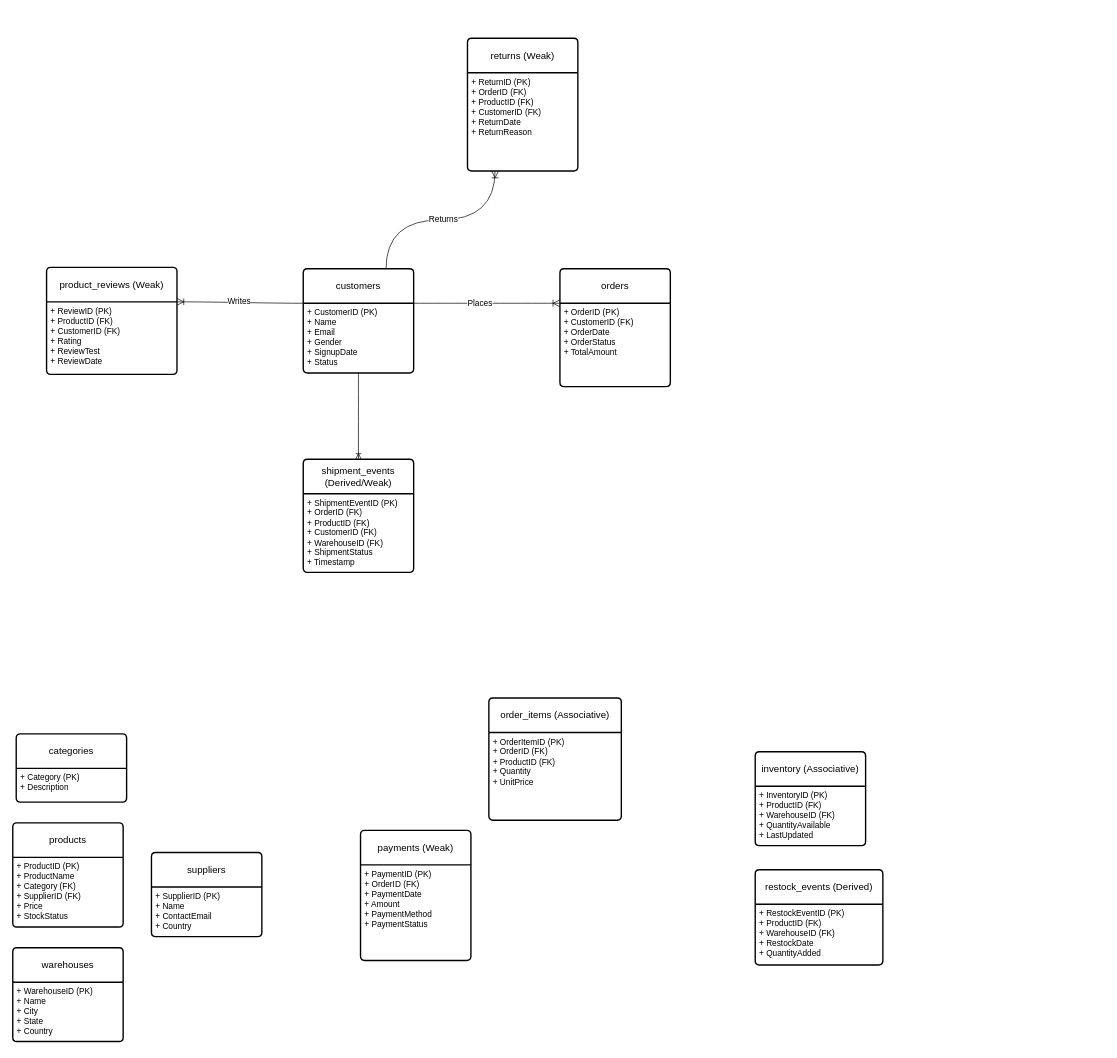
Above: page "ERD Stage 3" (4 of 4) of Architecture.drawio in ADataSmith/BigDataEngineeringProject (draw.io), before the change. Source tidied: cells renumbered, new cells numbered last; positions are measured from the earlier drawing's top-left corner, leaving out a move shared by most shapes. Both pictures are drawn from the tidied source at 69%, with x=0, y=0 at pixel (12, 38).
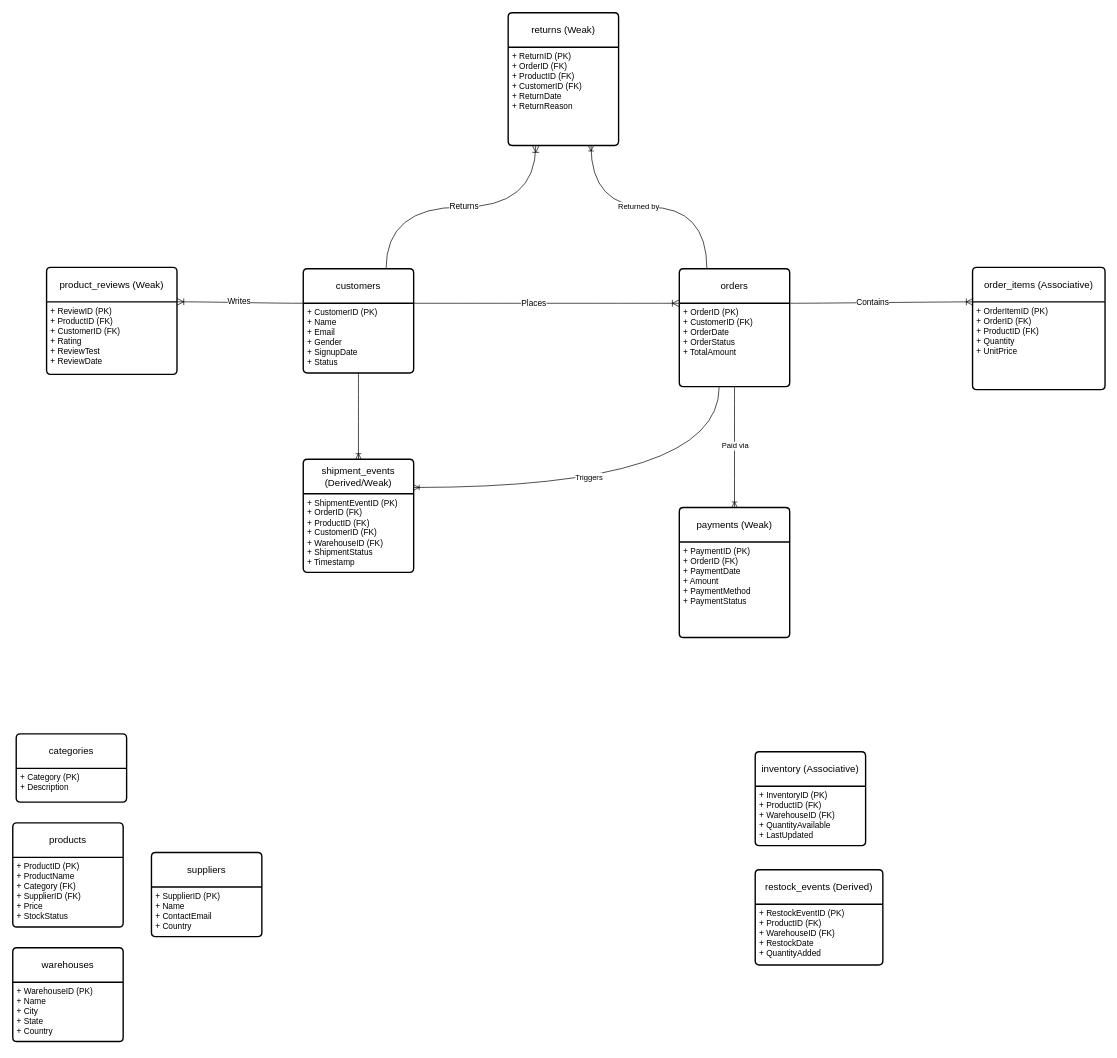
The same page after the edit.

The change refers to these unchanged cells:
```xml
<mxCell id="23" value="orders" style="swimlane;horizontal=1;startSize=50;rounded=1;fontSize=14;fontStyle=0;strokeWidth=2;shadow=0;dashed=0;align=center;arcSize=4;whiteSpace=wrap;html=1;" parent="22" vertex="1">
  <mxGeometry width="160" height="170.9" as="geometry" />
</mxCell>
<mxCell id="24" value="+ OrderID (PK)&lt;br&gt;+ CustomerID (FK)&lt;br&gt;+ OrderDate&lt;div&gt;+ OrderStatus&lt;/div&gt;&lt;div&gt;+ TotalAmount&lt;/div&gt;" style="align=left;strokeColor=none;fillColor=none;spacingLeft=4;spacingRight=4;fontSize=12;verticalAlign=top;html=1;whiteSpace=wrap;" parent="22" vertex="1">
  <mxGeometry y="50" width="160" height="120.9" as="geometry" />
</mxCell>
<mxCell id="29" value="+ ReturnID (PK)&lt;br&gt;+ OrderID (FK)&lt;br&gt;+ ProductID (FK)&lt;div&gt;+ CustomerID (FK)&lt;/div&gt;&lt;div&gt;+ ReturnDate&lt;/div&gt;&lt;div&gt;+ ReturnReason&lt;/div&gt;" style="align=left;strokeColor=none;fillColor=none;spacingLeft=4;spacingRight=4;fontSize=12;verticalAlign=top;html=1;whiteSpace=wrap;" parent="27" vertex="1">
  <mxGeometry y="50" width="160" height="142.3" as="geometry" />
</mxCell>
<mxCell id="38" value="shipment_events (Derived/Weak)" style="swimlane;horizontal=1;startSize=50;rounded=1;fontSize=14;fontStyle=0;strokeWidth=2;shadow=0;dashed=0;align=center;arcSize=4;whiteSpace=wrap;html=1;" parent="37" vertex="1">
  <mxGeometry width="160" height="164" as="geometry" />
</mxCell>
```

Diff of the diagram source:
```diff
@@
-    <mxCell id="18" value="order_items (Associative)" style="swimlane;horizontal=1;startSize=50;rounded=1;fontSize=14;fontStyle=0;strokeWidth=2;shadow=0;dashed=0;align=center;arcSize=4;whiteSpace=wrap;html=1;" parent="1" vertex="1">
-      <mxGeometry x="690" y="956" width="192" height="177.2" as="geometry" />
-    </mxCell>
-    <mxCell id="19" value="payments (Weak)" style="swimlane;horizontal=1;startSize=50;rounded=1;fontSize=14;fontStyle=0;strokeWidth=2;shadow=0;dashed=0;align=center;arcSize=4;whiteSpace=wrap;html=1;" parent="1" vertex="1">
-      <mxGeometry x="504" y="1148" width="160" height="188.5" as="geometry" />
-    </mxCell>
-    <mxCell id="20" value="+ OrderItemID (PK)&lt;br&gt;+ OrderID (FK)&lt;br&gt;+ ProductID (FK)&lt;div&gt;+ Quantity&lt;/div&gt;&lt;div&gt;+ UnitPrice&lt;/div&gt;" style="align=left;strokeColor=none;fillColor=none;spacingLeft=4;spacingRight=4;fontSize=12;verticalAlign=top;html=1;whiteSpace=wrap;" parent="1" vertex="1">
-      <mxGeometry x="690" y="1006" width="192" height="127.2" as="geometry" />
-    </mxCell>
-    <mxCell id="21" value="+ PaymentID (PK)&lt;br&gt;+ OrderID (FK)&lt;br&gt;+ PaymentDate&lt;div&gt;+ Amount&lt;/div&gt;&lt;div&gt;+ PaymentMethod&lt;/div&gt;&lt;div&gt;+ PaymentStatus&lt;/div&gt;" style="align=left;strokeColor=none;fillColor=none;spacingLeft=4;spacingRight=4;fontSize=12;verticalAlign=top;html=1;whiteSpace=wrap;" parent="1" vertex="1">
-      <mxGeometry x="504" y="1198" width="160" height="138.5" as="geometry" />
-    </mxCell>
     <mxCell id="22" style="group;" parent="1" vertex="1">
-      <mxGeometry x="793" y="334" width="160" height="170.9" as="geometry" />
+      <mxGeometry x="966" y="334" width="160" height="170.9" as="geometry" />
     </mxCell>
@@
     <mxCell id="27" style="group;" parent="1" vertex="1">
-      <mxGeometry x="659" width="160" height="192.3" as="geometry" />
+      <mxGeometry x="718" y="-37" width="160" height="192.3" as="geometry" />
     </mxCell>
@@
+    <mxCell id="41" style="group;" parent="1" vertex="1">
+      <mxGeometry x="1391" y="332" width="192" height="177.2" as="geometry" />
+    </mxCell>
+    <mxCell id="18" value="order_items (Associative)" style="swimlane;horizontal=1;startSize=50;rounded=1;fontSize=14;fontStyle=0;strokeWidth=2;shadow=0;dashed=0;align=center;arcSize=4;whiteSpace=wrap;html=1;" parent="41" vertex="1">
+      <mxGeometry width="192" height="177.2" as="geometry" />
+    </mxCell>
+    <mxCell id="20" value="+ OrderItemID (PK)&lt;br&gt;+ OrderID (FK)&lt;br&gt;+ ProductID (FK)&lt;div&gt;+ Quantity&lt;/div&gt;&lt;div&gt;+ UnitPrice&lt;/div&gt;" style="align=left;strokeColor=none;fillColor=none;spacingLeft=4;spacingRight=4;fontSize=12;verticalAlign=top;html=1;whiteSpace=wrap;" parent="41" vertex="1">
+      <mxGeometry y="50" width="192" height="127.2" as="geometry" />
+    </mxCell>
+    <mxCell id="42" style="group;" parent="1" vertex="1">
+      <mxGeometry x="966" y="680" width="160" height="188.5" as="geometry" />
+    </mxCell>
+    <mxCell id="19" value="payments (Weak)" style="swimlane;horizontal=1;startSize=50;rounded=1;fontSize=14;fontStyle=0;strokeWidth=2;shadow=0;dashed=0;align=center;arcSize=4;whiteSpace=wrap;html=1;" parent="42" vertex="1">
+      <mxGeometry width="160" height="188.5" as="geometry" />
+    </mxCell>
+    <mxCell id="21" value="+ PaymentID (PK)&lt;br&gt;+ OrderID (FK)&lt;br&gt;+ PaymentDate&lt;div&gt;+ Amount&lt;/div&gt;&lt;div&gt;+ PaymentMethod&lt;/div&gt;&lt;div&gt;+ PaymentStatus&lt;/div&gt;" style="align=left;strokeColor=none;fillColor=none;spacingLeft=4;spacingRight=4;fontSize=12;verticalAlign=top;html=1;whiteSpace=wrap;" parent="42" vertex="1">
+      <mxGeometry y="50" width="160" height="138.5" as="geometry" />
+    </mxCell>
+    <mxCell id="43" style="edgeStyle=entityRelationEdgeStyle;fontSize=12;html=1;endArrow=ERoneToMany;rounded=0;fontFamily=Helvetica;fontColor=default;startSize=8;endSize=8;curved=1;exitX=1;exitY=0;exitDx=0;exitDy=0;entryX=0;entryY=0;entryDx=0;entryDy=0;" parent="1" edge="1">
+      <mxGeometry relative="1" as="geometry">
+        <mxPoint x="1127" y="384" as="sourcePoint" />
+        <mxPoint x="1392" y="382" as="targetPoint" />
+      </mxGeometry>
+    </mxCell>
+    <mxCell id="44" value="Contains" style="edgeLabel;html=1;align=center;verticalAlign=middle;fontSize=12;strokeColor=default;fontFamily=Helvetica;fontColor=default;fillColor=default;" parent="43" vertex="1">
+      <mxGeometry x="-0.1" y="1" relative="1" as="geometry" />
+    </mxCell>
+    <mxCell id="45" style="edgeStyle=orthogonalEdgeStyle;fontSize=12;html=1;endArrow=ERoneToMany;rounded=0;exitX=0.5;exitY=1;exitDx=0;exitDy=0;curved=1;entryX=0.5;entryY=0;entryDx=0;entryDy=0;" parent="1" edge="1" source="23" target="19">
+      <mxGeometry relative="1" as="geometry" />
+    </mxCell>
+    <mxCell id="46" value="Paid via" style="edgeLabel;html=1;align=center;verticalAlign=middle;" parent="45" vertex="1">
+      <mxGeometry x="-0.02" relative="1" as="geometry" />
+    </mxCell>
+    <mxCell id="47" style="edgeStyle=orthogonalEdgeStyle;fontSize=12;html=1;endArrow=ERoneToMany;rounded=0;exitX=0.25;exitY=0;exitDx=0;exitDy=0;curved=1;entryX=0.75;entryY=1;entryDx=0;entryDy=0;" parent="1" edge="1" source="23" target="29">
+      <mxGeometry relative="1" as="geometry" />
+    </mxCell>
+    <mxCell id="48" value="Returned by" style="edgeLabel;html=1;align=center;verticalAlign=middle;" parent="47" vertex="1">
+      <mxGeometry x="0.09" y="-1" relative="1" as="geometry" />
+    </mxCell>
+    <mxCell id="49" style="edgeStyle=orthogonalEdgeStyle;fontSize=12;html=1;endArrow=ERoneToMany;rounded=0;exitX=0.361;exitY=1.006;exitDx=0;exitDy=0;curved=1;entryX=1;entryY=0.25;entryDx=0;entryDy=0;exitPerimeter=0;" parent="1" edge="1" source="24" target="38">
+      <mxGeometry relative="1" as="geometry" />
+    </mxCell>
+    <mxCell id="50" value="Triggers" style="edgeLabel;html=1;align=center;verticalAlign=middle;" parent="49" vertex="1">
+      <mxGeometry x="0.14" y="-16" relative="1" as="geometry" />
+    </mxCell>
```
